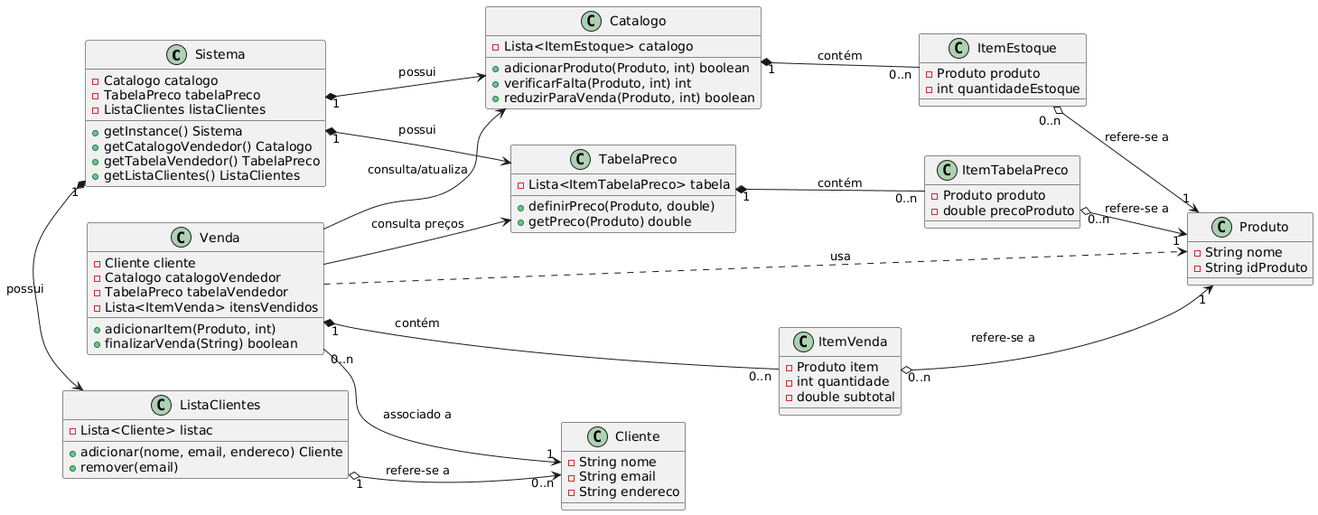
This is diagram.png from gabriq0/sistemaVendas, a PlantUML export, as it was before one commit.
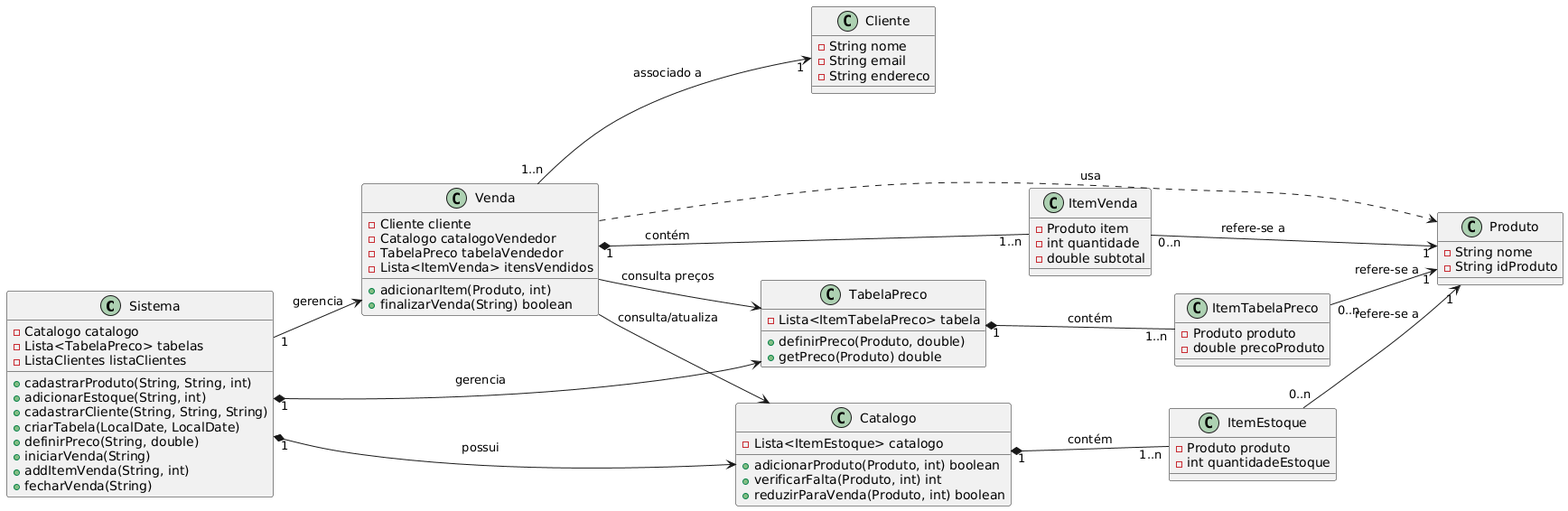
After the change.

Commit message:
atualiza diagrama (#21)

The edit, as a diff of the source:
```diff
@@ -6,12 +6,17 @@
 
     class Sistema {
         -Catalogo catalogo
-        -TabelaPreco tabelaPreco
+        -Lista<TabelaPreco> tabelas
         -ListaClientes listaClientes
-        +getInstance() Sistema
-        +getCatalogoVendedor() Catalogo
-        +getTabelaVendedor() TabelaPreco
-        +getListaClientes() ListaClientes
+
+        +cadastrarProduto(String, String, int)
+        +adicionarEstoque(String, int)
+        +cadastrarCliente(String, String, String)
+        +criarTabela(LocalDate, LocalDate)
+        +definirPreco(String, double)
+        +iniciarVenda(String)
+        +addItemVenda(String, int)
+        +fecharVenda(String)
     }
 
     class Venda {
@@ -36,11 +41,6 @@
         +getPreco(Produto) double
     }
 
-    class ListaClientes {
-        -Lista<Cliente> listac
-        +adicionar(nome, email, endereco) Cliente
-        +remover(email)
-    }
 
     class ItemVenda {
         -Produto item
@@ -69,21 +69,20 @@
         -String endereco
     }
 
-    Sistema "1" *-> ListaClientes : possui
     Sistema "1" *--> Catalogo : possui
-    Sistema "1" *-> TabelaPreco : possui
+    Sistema "1" *-> TabelaPreco : gerencia
+    Sistema "1" --> Venda : gerencia
 
-    ListaClientes "1" o--> "0..n" Cliente : refere-se a
-    Venda "0..n" --> "1" Cliente : associado a
+    Venda "1..n" --> "1" Cliente : associado a
     Venda --> Catalogo : consulta/atualiza
     Venda --> TabelaPreco : consulta preços
     Venda ..> Produto : usa
 
-    Venda "1" *-- "0..n" ItemVenda : contém
-    Catalogo "1" *-- "0..n" ItemEstoque : contém
-    TabelaPreco "1" *-- "0..n" ItemTabelaPreco : contém
+    Venda "1" *-- "1..n" ItemVenda : contém
+    Catalogo "1" *-- "1..n" ItemEstoque : contém
+    TabelaPreco "1" *-- "1..n" ItemTabelaPreco : contém
 
-    ItemVenda "0..n" o--> "1" Produto : refere-se a
-    ItemEstoque "0..n" o--> "1" Produto : refere-se a
-    ItemTabelaPreco "0..n" o--> "1" Produto : refere-se a
+    ItemVenda "0..n" --> "1" Produto : refere-se a
+    ItemEstoque "0..n" --> "1" Produto : refere-se a
+    ItemTabelaPreco "0..n" --> "1" Produto : refere-se a
 @enduml
```
